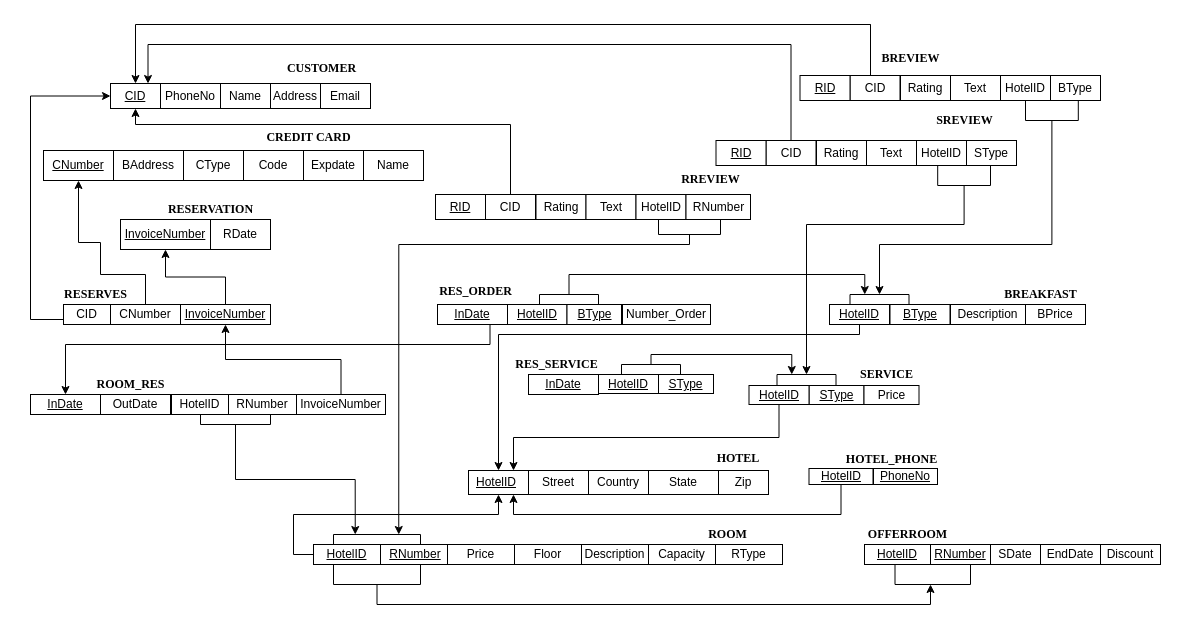
Earlier version of the draw.io diagram ProjectDeliverable2.drawio (susbiswas/njit-dbms-project2). Source tidied: cells renumbered, new cells numbered last; positions are measured from the earlier drawing's top-left corner, leaving out a move shared by most shapes. Both pictures are drawn from the tidied source at 100%, with x=0, y=0 at pixel (30, 24).
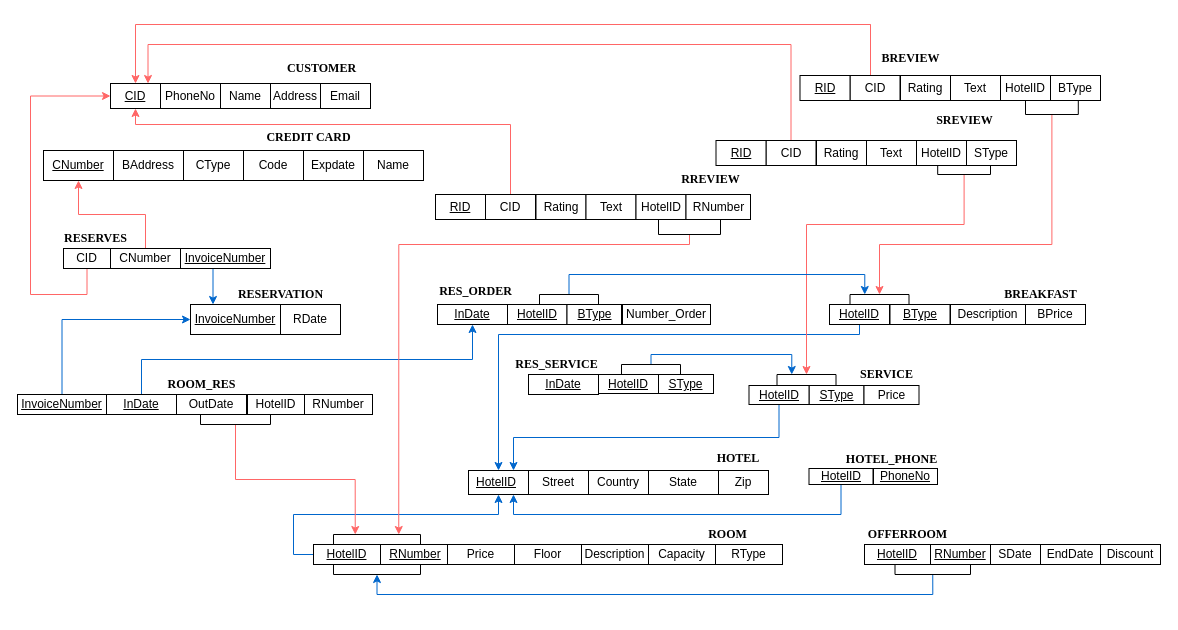
After the change.

The change refers to these unchanged cells:
```xml
<mxCell id="2" style="rounded=0;whiteSpace=wrap;html=1;" parent="1" vertex="1">
  <mxGeometry x="438" y="446" width="60" height="24" as="geometry" />
</mxCell>
<mxCell id="10" value="&lt;u&gt;HotelID&lt;/u&gt;" style="rounded=0;whiteSpace=wrap;html=1;" parent="1" vertex="1">
  <mxGeometry x="283" y="520" width="67" height="20" as="geometry" />
</mxCell>
<mxCell id="19" value="&lt;u&gt;CID&lt;/u&gt;" style="rounded=0;whiteSpace=wrap;html=1;" parent="1" vertex="1">
  <mxGeometry x="80" y="59" width="50" height="25" as="geometry" />
</mxCell>
<mxCell id="24" value="&lt;u&gt;CNumber&lt;/u&gt;" style="rounded=0;whiteSpace=wrap;html=1;" parent="1" vertex="1">
  <mxGeometry x="13" y="126" width="70" height="30" as="geometry" />
</mxCell>
<mxCell id="40" value="&lt;u&gt;HotelID&lt;/u&gt;" style="rounded=0;whiteSpace=wrap;html=1;" parent="1" vertex="1">
  <mxGeometry x="718.5" y="361" width="60" height="19" as="geometry" />
</mxCell>
<mxCell id="43" value="&lt;u&gt;HotelID&lt;/u&gt;" style="rounded=0;whiteSpace=wrap;html=1;" parent="1" vertex="1">
  <mxGeometry x="799" y="280" width="60" height="20" as="geometry" />
</mxCell>
<mxCell id="57" value="CID" style="rounded=0;whiteSpace=wrap;html=1;" parent="1" vertex="1">
  <mxGeometry x="735.5" y="116" width="50" height="25" as="geometry" />
</mxCell>
<mxCell id="67" value="CID" style="rounded=0;whiteSpace=wrap;html=1;" parent="1" vertex="1">
  <mxGeometry x="455" y="170" width="50" height="25" as="geometry" />
</mxCell>
<mxCell id="75" value="&lt;u&gt;HotelID&lt;/u&gt;" style="rounded=0;whiteSpace=wrap;html=1;" parent="1" vertex="1">
  <mxGeometry x="778.5" y="444" width="64" height="16" as="geometry" />
</mxCell>
<mxCell id="92" value="&lt;u&gt;InDate&lt;/u&gt;" style="rounded=0;whiteSpace=wrap;html=1;" parent="1" vertex="1">
  <mxGeometry x="407" y="280" width="70" height="20" as="geometry" />
</mxCell>
<mxCell id="108" style="shape=partialRectangle;whiteSpace=wrap;html=1;bottom=1;right=1;left=1;top=0;fillColor=none;routingCenterX=-0.5;direction=west;" parent="1" vertex="1">
  <mxGeometry x="303" y="510" width="87" height="10" as="geometry" />
</mxCell>
<mxCell id="110" style="shape=partialRectangle;whiteSpace=wrap;html=1;bottom=1;right=1;left=1;top=0;fillColor=none;routingCenterX=-0.5;" parent="1" vertex="1">
  <mxGeometry x="170" y="390" width="70" height="10" as="geometry" />
</mxCell>
<mxCell id="112" style="shape=partialRectangle;whiteSpace=wrap;html=1;bottom=1;right=1;left=1;top=0;fillColor=none;routingCenterX=-0.5;" parent="1" vertex="1">
  <mxGeometry x="628" y="195" width="62" height="15" as="geometry" />
</mxCell>
<mxCell id="115" style="shape=partialRectangle;whiteSpace=wrap;html=1;bottom=1;right=1;left=1;top=0;fillColor=none;routingCenterX=-0.5;direction=west;" parent="1" vertex="1">
  <mxGeometry x="746.5" y="350" width="59" height="10" as="geometry" />
</mxCell>
<mxCell id="118" style="shape=partialRectangle;whiteSpace=wrap;html=1;bottom=1;right=1;left=1;top=0;fillColor=none;routingCenterX=-0.5;direction=west;" parent="1" vertex="1">
  <mxGeometry x="819.5" y="270" width="59" height="10" as="geometry" />
</mxCell>
```

The edit, as a diff of the source:
```diff
@@
-    <mxCell id="9" style="edgeStyle=orthogonalEdgeStyle;rounded=0;jettySize=auto;html=1;exitX=0;exitY=0.5;exitDx=0;exitDy=0;entryX=0.5;entryY=1;entryDx=0;entryDy=0;" parent="1" edge="1" source="10" target="2">
+    <mxCell id="9" style="edgeStyle=orthogonalEdgeStyle;rounded=0;jettySize=auto;html=1;exitX=0;exitY=0.5;exitDx=0;exitDy=0;entryX=0.5;entryY=1;entryDx=0;entryDy=0;strokeColor=#0066CC;" parent="1" edge="1" source="10" target="2">
       <mxGeometry relative="1" as="geometry">
         <Array as="points">
           <mxPoint x="263" y="530" />
           <mxPoint x="263" y="490" />
           <mxPoint x="468" y="490" />
         </Array>
       </mxGeometry>
     </mxCell>
@@
-    <mxCell id="30" value="&lt;u&gt;InvoiceNumber&lt;/u&gt;" style="rounded=0;whiteSpace=wrap;html=1;" parent="1" vertex="1">
-      <mxGeometry x="90" y="195" width="90" height="30" as="geometry" />
-    </mxCell>
-    <mxCell id="31" value="RDate" style="rounded=0;whiteSpace=wrap;html=1;" parent="1" vertex="1">
-      <mxGeometry x="180" y="195" width="60" height="30" as="geometry" />
-    </mxCell>
@@
-    <mxCell id="34" value="&lt;font face=&quot;Times New Roman&quot;&gt;&lt;b&gt;RESERVATION&lt;/b&gt;&lt;/font&gt;" style="text;html=1;align=center;verticalAlign=middle;" parent="1" vertex="1">
-      <mxGeometry x="130" y="175" width="100" height="20" as="geometry" />
-    </mxCell>
+    <mxCell id="123" style="edgeStyle=orthogonalEdgeStyle;rounded=0;jettySize=auto;html=1;exitX=0.5;exitY=0;exitDx=0;exitDy=0;entryX=0.5;entryY=1;entryDx=0;entryDy=0;strokeColor=#0066CC;" parent="1" edge="1" source="35" target="92">
+      <mxGeometry relative="1" as="geometry" />
+    </mxCell>
     <mxCell id="35" value="&lt;u&gt;InDate&lt;/u&gt;" style="rounded=0;whiteSpace=wrap;html=1;" parent="1" vertex="1">
-      <mxGeometry y="370" width="70" height="20" as="geometry" />
+      <mxGeometry x="76" y="370" width="70" height="20" as="geometry" />
     </mxCell>
     <mxCell id="36" value="OutDate" style="rounded=0;whiteSpace=wrap;html=1;" parent="1" vertex="1">
-      <mxGeometry x="70" y="370" width="70" height="20" as="geometry" />
+      <mxGeometry x="146" y="370" width="70" height="20" as="geometry" />
     </mxCell>
     <mxCell id="37" value="&lt;font face=&quot;Times New Roman&quot;&gt;&lt;b&gt;ROOM_RES&lt;/b&gt;&lt;/font&gt;" style="text;html=1;align=center;verticalAlign=middle;" parent="1" vertex="1">
-      <mxGeometry x="60" y="350" width="80" height="20" as="geometry" />
+      <mxGeometry x="131" y="350" width="80" height="20" as="geometry" />
     </mxCell>
@@
-    <mxCell id="39" style="edgeStyle=orthogonalEdgeStyle;rounded=0;jettySize=auto;html=1;exitX=0.5;exitY=1;exitDx=0;exitDy=0;entryX=0.75;entryY=0;entryDx=0;entryDy=0;" parent="1" edge="1" source="40" target="2">
+    <mxCell id="39" style="edgeStyle=orthogonalEdgeStyle;rounded=0;jettySize=auto;html=1;exitX=0.5;exitY=1;exitDx=0;exitDy=0;entryX=0.75;entryY=0;entryDx=0;entryDy=0;strokeColor=#0066CC;" parent="1" edge="1" source="40" target="2">
       <mxGeometry relative="1" as="geometry" />
     </mxCell>
@@
-    <mxCell id="42" style="edgeStyle=orthogonalEdgeStyle;rounded=0;jettySize=auto;html=1;exitX=0.5;exitY=1;exitDx=0;exitDy=0;entryX=0.5;entryY=0;entryDx=0;entryDy=0;" parent="1" edge="1" source="43" target="2">
+    <mxCell id="42" style="edgeStyle=orthogonalEdgeStyle;rounded=0;jettySize=auto;html=1;exitX=0.5;exitY=1;exitDx=0;exitDy=0;entryX=0.5;entryY=0;entryDx=0;entryDy=0;strokeColor=#0066CC;" parent="1" edge="1" source="43" target="2">
       <mxGeometry relative="1" as="geometry">
         <Array as="points">
           <mxPoint x="829" y="310" />
           <mxPoint x="468" y="310" />
         </Array>
       </mxGeometry>
     </mxCell>
@@
-    <mxCell id="49" style="edgeStyle=orthogonalEdgeStyle;rounded=0;jettySize=auto;html=1;entryX=0.5;entryY=0;entryDx=0;entryDy=0;" parent="1" edge="1" target="19">
+    <mxCell id="49" style="edgeStyle=orthogonalEdgeStyle;rounded=0;jettySize=auto;html=1;entryX=0.5;entryY=0;entryDx=0;entryDy=0;strokeColor=#FF6666;" parent="1" edge="1" target="19">
       <mxGeometry relative="1" as="geometry">
         <mxPoint x="840" as="sourcePoint" />
         <Array as="points">
           <mxPoint x="840" y="51" />
           <mxPoint x="840" />
           <mxPoint x="105" />
         </Array>
       </mxGeometry>
     </mxCell>
@@
-    <mxCell id="56" style="edgeStyle=orthogonalEdgeStyle;rounded=0;jettySize=auto;html=1;exitX=0.5;exitY=0;exitDx=0;exitDy=0;entryX=0.75;entryY=0;entryDx=0;entryDy=0;" parent="1" edge="1" source="57" target="19">
+    <mxCell id="56" style="edgeStyle=orthogonalEdgeStyle;rounded=0;jettySize=auto;html=1;exitX=0.5;exitY=0;exitDx=0;exitDy=0;entryX=0.75;entryY=0;entryDx=0;entryDy=0;strokeColor=#FF6666;" parent="1" edge="1" source="57" target="19">
       <mxGeometry relative="1" as="geometry">
         <Array as="points">
           <mxPoint x="761" y="20" />
           <mxPoint x="118" y="20" />
         </Array>
       </mxGeometry>
     </mxCell>
@@
-    <mxCell id="66" style="edgeStyle=orthogonalEdgeStyle;rounded=0;jettySize=auto;html=1;exitX=0.5;exitY=0;exitDx=0;exitDy=0;entryX=0.5;entryY=1;entryDx=0;entryDy=0;" parent="1" edge="1" source="67" target="19">
+    <mxCell id="66" style="edgeStyle=orthogonalEdgeStyle;rounded=0;jettySize=auto;html=1;exitX=0.5;exitY=0;exitDx=0;exitDy=0;entryX=0.5;entryY=1;entryDx=0;entryDy=0;strokeColor=#FF6666;" parent="1" edge="1" source="67" target="19">
       <mxGeometry relative="1" as="geometry">
         <Array as="points">
           <mxPoint x="480" y="100" />
           <mxPoint x="105" y="100" />
         </Array>
       </mxGeometry>
     </mxCell>
@@
-    <mxCell id="74" style="edgeStyle=orthogonalEdgeStyle;rounded=0;jettySize=auto;html=1;exitX=0.5;exitY=1;exitDx=0;exitDy=0;entryX=0.75;entryY=1;entryDx=0;entryDy=0;" parent="1" edge="1" source="75" target="2">
+    <mxCell id="74" style="edgeStyle=orthogonalEdgeStyle;rounded=0;jettySize=auto;html=1;exitX=0.5;exitY=1;exitDx=0;exitDy=0;entryX=0.75;entryY=1;entryDx=0;entryDy=0;strokeColor=#0066CC;" parent="1" edge="1" source="75" target="2">
       <mxGeometry relative="1" as="geometry">
         <Array as="points">
           <mxPoint x="811" y="490" />
           <mxPoint x="483" y="490" />
         </Array>
       </mxGeometry>
     </mxCell>
@@
-    <mxCell id="78" style="edgeStyle=orthogonalEdgeStyle;rounded=0;jettySize=auto;html=1;exitX=0;exitY=0.5;exitDx=0;exitDy=0;entryX=0;entryY=0.5;entryDx=0;entryDy=0;" parent="1" edge="1" source="79" target="19">
+    <mxCell id="78" style="edgeStyle=orthogonalEdgeStyle;rounded=0;jettySize=auto;html=1;exitX=0.5;exitY=1;exitDx=0;exitDy=0;entryX=0;entryY=0.5;entryDx=0;entryDy=0;strokeColor=#FF6666;" parent="1" edge="1" source="79" target="19">
       <mxGeometry relative="1" as="geometry">
         <Array as="points">
-          <mxPoint y="295" />
+          <mxPoint x="57" y="270" />
+          <mxPoint y="270" />
           <mxPoint y="72" />
         </Array>
       </mxGeometry>
     </mxCell>
     <mxCell id="79" value="CID" style="rounded=0;whiteSpace=wrap;html=1;" parent="1" vertex="1">
-      <mxGeometry x="33" y="280" width="47" height="20" as="geometry" />
+      <mxGeometry x="33" y="224" width="47" height="20" as="geometry" />
     </mxCell>
-    <mxCell id="80" style="edgeStyle=orthogonalEdgeStyle;rounded=0;jettySize=auto;html=1;exitX=0.5;exitY=0;exitDx=0;exitDy=0;entryX=0.5;entryY=1;entryDx=0;entryDy=0;" parent="1" edge="1" source="81" target="24">
-      <mxGeometry relative="1" as="geometry">
-        <Array as="points">
-          <mxPoint x="115" y="250" />
-          <mxPoint x="70" y="250" />
-          <mxPoint x="70" y="218" />
-          <mxPoint x="48" y="218" />
-        </Array>
-      </mxGeometry>
+    <mxCell id="80" style="edgeStyle=orthogonalEdgeStyle;rounded=0;jettySize=auto;html=1;exitX=0.5;exitY=0;exitDx=0;exitDy=0;entryX=0.5;entryY=1;entryDx=0;entryDy=0;strokeColor=#FF6666;" parent="1" edge="1" source="81" target="24">
+      <mxGeometry relative="1" as="geometry" />
     </mxCell>
     <mxCell id="81" value="CNumber" style="rounded=0;whiteSpace=wrap;html=1;" parent="1" vertex="1">
-      <mxGeometry x="80" y="280" width="70" height="20" as="geometry" />
+      <mxGeometry x="80" y="224" width="70" height="20" as="geometry" />
     </mxCell>
-    <mxCell id="82" style="edgeStyle=orthogonalEdgeStyle;rounded=0;jettySize=auto;html=1;exitX=0.5;exitY=0;exitDx=0;exitDy=0;entryX=0.5;entryY=1;entryDx=0;entryDy=0;" parent="1" edge="1" source="83" target="30">
-      <mxGeometry relative="1" as="geometry" />
-    </mxCell>
+    <mxCell id="124" style="edgeStyle=orthogonalEdgeStyle;rounded=0;jettySize=auto;html=1;exitX=0.5;exitY=1;exitDx=0;exitDy=0;entryX=0.25;entryY=0;entryDx=0;entryDy=0;strokeColor=#0066CC;" parent="1" edge="1" source="83" target="128">
+      <mxGeometry relative="1" as="geometry" />
+    </mxCell>
     <mxCell id="83" value="&lt;u&gt;InvoiceNumber&lt;/u&gt;" style="rounded=0;whiteSpace=wrap;html=1;" parent="1" vertex="1">
-      <mxGeometry x="150" y="280" width="90" height="20" as="geometry" />
+      <mxGeometry x="150" y="224" width="90" height="20" as="geometry" />
     </mxCell>
     <mxCell id="84" value="&lt;font face=&quot;Times New Roman&quot;&gt;&lt;b&gt;RESERVES&lt;/b&gt;&lt;/font&gt;" style="text;html=1;align=center;verticalAlign=middle;" parent="1" vertex="1">
-      <mxGeometry x="24.5" y="260" width="80" height="20" as="geometry" />
+      <mxGeometry x="24.5" y="204" width="80" height="20" as="geometry" />
     </mxCell>
     <mxCell id="85" value="HotelID" style="rounded=0;whiteSpace=wrap;html=1;" parent="1" vertex="1">
-      <mxGeometry x="141" y="370" width="57" height="20" as="geometry" />
+      <mxGeometry x="217" y="370" width="57" height="20" as="geometry" />
     </mxCell>
     <mxCell id="86" value="RNumber" style="rounded=0;whiteSpace=wrap;html=1;" parent="1" vertex="1">
-      <mxGeometry x="198" y="370" width="68" height="20" as="geometry" />
+      <mxGeometry x="274" y="370" width="68" height="20" as="geometry" />
     </mxCell>
-    <mxCell id="87" style="edgeStyle=orthogonalEdgeStyle;rounded=0;jettySize=auto;html=1;exitX=0.5;exitY=0;exitDx=0;exitDy=0;entryX=0.5;entryY=1;entryDx=0;entryDy=0;" parent="1" edge="1" source="88" target="83">
-      <mxGeometry relative="1" as="geometry" />
-    </mxCell>
-    <mxCell id="88" value="InvoiceNumber" style="rounded=0;whiteSpace=wrap;html=1;" parent="1" vertex="1">
-      <mxGeometry x="266" y="370" width="89" height="20" as="geometry" />
-    </mxCell>
@@
-    <mxCell id="91" style="edgeStyle=orthogonalEdgeStyle;rounded=0;jettySize=auto;html=1;entryX=0.5;entryY=0;entryDx=0;entryDy=0;exitX=0.75;exitY=1;exitDx=0;exitDy=0;" parent="1" edge="1" source="92" target="35">
-      <mxGeometry relative="1" as="geometry">
-        <Array as="points">
-          <mxPoint x="460" y="320" />
-          <mxPoint x="35" y="320" />
-        </Array>
-      </mxGeometry>
-    </mxCell>
@@
-    <mxCell id="104" style="edgeStyle=orthogonalEdgeStyle;rounded=0;jettySize=auto;html=1;exitX=0.5;exitY=1;exitDx=0;exitDy=0;" parent="1" edge="1" source="105" target="106">
-      <mxGeometry relative="1" as="geometry">
-        <Array as="points">
-          <mxPoint x="347" y="580" />
-          <mxPoint x="900" y="580" />
-        </Array>
-      </mxGeometry>
-    </mxCell>
-    <mxCell id="105" style="shape=partialRectangle;whiteSpace=wrap;html=1;bottom=1;right=1;left=1;top=0;fillColor=none;routingCenterX=-0.5;" parent="1" vertex="1">
-      <mxGeometry x="303" y="540" width="87" height="20" as="geometry" />
+    <mxCell id="105" style="shape=partialRectangle;whiteSpace=wrap;html=1;bottom=1;right=1;left=1;top=0;fillColor=none;routingCenterX=-0.5;strokeColor=#000000;" parent="1" vertex="1">
+      <mxGeometry x="303" y="540" width="87" height="10" as="geometry" />
     </mxCell>
+    <mxCell id="125" style="edgeStyle=orthogonalEdgeStyle;rounded=0;jettySize=auto;html=1;exitX=0.5;exitY=1;exitDx=0;exitDy=0;entryX=0.5;entryY=1;entryDx=0;entryDy=0;strokeColor=#0066CC;" parent="1" edge="1" source="106" target="105">
+      <mxGeometry relative="1" as="geometry" />
+    </mxCell>
-    <mxCell id="106" style="shape=partialRectangle;whiteSpace=wrap;html=1;bottom=1;right=1;left=1;top=0;fillColor=none;routingCenterX=-0.5;" parent="1" vertex="1">
-      <mxGeometry x="864.5" y="540" width="75.5" height="20" as="geometry" />
+    <mxCell id="106" style="shape=partialRectangle;whiteSpace=wrap;html=1;bottom=1;right=1;left=1;top=0;fillColor=none;routingCenterX=-0.5;strokeColor=#000000;" parent="1" vertex="1">
+      <mxGeometry x="864.5" y="540" width="75.5" height="10" as="geometry" />
     </mxCell>
@@
-    <mxCell id="109" style="edgeStyle=orthogonalEdgeStyle;rounded=0;jettySize=auto;html=1;exitX=0.5;exitY=1;exitDx=0;exitDy=0;entryX=0.75;entryY=1;entryDx=0;entryDy=0;" parent="1" edge="1" source="110" target="108">
+    <mxCell id="109" style="edgeStyle=orthogonalEdgeStyle;rounded=0;jettySize=auto;html=1;exitX=0.5;exitY=1;exitDx=0;exitDy=0;entryX=0.75;entryY=1;entryDx=0;entryDy=0;strokeColor=#FF6666;" parent="1" edge="1" source="110" target="108">
       <mxGeometry relative="1" as="geometry" />
     </mxCell>
@@
-    <mxCell id="111" style="edgeStyle=orthogonalEdgeStyle;rounded=0;jettySize=auto;html=1;exitX=0.5;exitY=1;exitDx=0;exitDy=0;entryX=0.25;entryY=1;entryDx=0;entryDy=0;" parent="1" edge="1" source="112" target="108">
+    <mxCell id="111" style="edgeStyle=orthogonalEdgeStyle;rounded=0;jettySize=auto;html=1;exitX=0.5;exitY=1;exitDx=0;exitDy=0;entryX=0.25;entryY=1;entryDx=0;entryDy=0;strokeColor=#FF6666;" parent="1" edge="1" source="112" target="108">
       <mxGeometry relative="1" as="geometry">
         <Array as="points">
           <mxPoint x="659" y="220" />
           <mxPoint x="368" y="220" />
         </Array>
       </mxGeometry>
     </mxCell>
@@
-    <mxCell id="113" style="edgeStyle=orthogonalEdgeStyle;rounded=0;jettySize=auto;html=1;exitX=0.5;exitY=1;exitDx=0;exitDy=0;entryX=0.75;entryY=1;entryDx=0;entryDy=0;" parent="1" edge="1" source="114" target="115">
+    <mxCell id="113" style="edgeStyle=orthogonalEdgeStyle;rounded=0;jettySize=auto;html=1;exitX=0.5;exitY=1;exitDx=0;exitDy=0;entryX=0.75;entryY=1;entryDx=0;entryDy=0;strokeColor=#0066CC;" parent="1" edge="1" source="114" target="115">
       <mxGeometry relative="1" as="geometry">
         <Array as="points">
           <mxPoint x="621" y="330" />
           <mxPoint x="761" y="330" />
         </Array>
       </mxGeometry>
     </mxCell>
-    <mxCell id="114" style="shape=partialRectangle;whiteSpace=wrap;html=1;bottom=1;right=1;left=1;top=0;fillColor=none;routingCenterX=-0.5;direction=west;" parent="1" vertex="1">
+    <mxCell id="114" style="shape=partialRectangle;whiteSpace=wrap;html=1;bottom=1;right=1;left=1;top=0;fillColor=none;routingCenterX=-0.5;direction=west;strokeColor=#000000;" parent="1" vertex="1">
       <mxGeometry x="591" y="340" width="59" height="10" as="geometry" />
     </mxCell>
@@
-    <mxCell id="116" style="edgeStyle=orthogonalEdgeStyle;rounded=0;jettySize=auto;html=1;exitX=0.5;exitY=1;exitDx=0;exitDy=0;entryX=0.5;entryY=1;entryDx=0;entryDy=0;" parent="1" edge="1" source="117" target="115">
+    <mxCell id="116" style="edgeStyle=orthogonalEdgeStyle;rounded=0;jettySize=auto;html=1;exitX=0.5;exitY=1;exitDx=0;exitDy=0;entryX=0.5;entryY=1;entryDx=0;entryDy=0;strokeColor=#FF6666;" parent="1" edge="1" source="117" target="115">
       <mxGeometry relative="1" as="geometry">
         <Array as="points">
           <mxPoint x="934" y="200" />
           <mxPoint x="776" y="200" />
         </Array>
       </mxGeometry>
     </mxCell>
     <mxCell id="117" style="shape=partialRectangle;whiteSpace=wrap;html=1;bottom=1;right=1;left=1;top=0;fillColor=none;routingCenterX=-0.5;" parent="1" vertex="1">
-      <mxGeometry x="907.2" y="141" width="52.8" height="20" as="geometry" />
+      <mxGeometry x="907.2" y="141" width="52.8" height="9" as="geometry" />
     </mxCell>
@@
-    <mxCell id="119" style="edgeStyle=orthogonalEdgeStyle;rounded=0;jettySize=auto;html=1;exitX=0.5;exitY=1;exitDx=0;exitDy=0;entryX=0.5;entryY=1;entryDx=0;entryDy=0;" parent="1" edge="1" source="120" target="118">
+    <mxCell id="119" style="edgeStyle=orthogonalEdgeStyle;rounded=0;jettySize=auto;html=1;exitX=0.5;exitY=1;exitDx=0;exitDy=0;entryX=0.5;entryY=1;entryDx=0;entryDy=0;strokeColor=#FF6666;" parent="1" edge="1" source="120" target="118">
       <mxGeometry relative="1" as="geometry">
         <Array as="points">
           <mxPoint x="1021" y="220" />
           <mxPoint x="849" y="220" />
         </Array>
       </mxGeometry>
     </mxCell>
     <mxCell id="120" style="shape=partialRectangle;whiteSpace=wrap;html=1;bottom=1;right=1;left=1;top=0;fillColor=none;routingCenterX=-0.5;" parent="1" vertex="1">
-      <mxGeometry x="995" y="76" width="52.8" height="20" as="geometry" />
+      <mxGeometry x="995" y="76" width="52.8" height="14" as="geometry" />
     </mxCell>
-    <mxCell id="121" style="edgeStyle=orthogonalEdgeStyle;rounded=0;jettySize=auto;html=1;exitX=0.5;exitY=1;exitDx=0;exitDy=0;entryX=0.75;entryY=1;entryDx=0;entryDy=0;" parent="1" edge="1" source="122" target="118">
+    <mxCell id="121" style="edgeStyle=orthogonalEdgeStyle;rounded=0;jettySize=auto;html=1;exitX=0.5;exitY=1;exitDx=0;exitDy=0;entryX=0.75;entryY=1;entryDx=0;entryDy=0;strokeColor=#0066CC;" parent="1" edge="1" source="122" target="118">
       <mxGeometry relative="1" as="geometry" />
     </mxCell>
-    <mxCell id="122" style="shape=partialRectangle;whiteSpace=wrap;html=1;bottom=1;right=1;left=1;top=0;fillColor=none;routingCenterX=-0.5;direction=west;" parent="1" vertex="1">
+    <mxCell id="122" style="shape=partialRectangle;whiteSpace=wrap;html=1;bottom=1;right=1;left=1;top=0;fillColor=none;routingCenterX=-0.5;direction=west;strokeColor=#000000;" parent="1" vertex="1">
       <mxGeometry x="509" y="270" width="59" height="10" as="geometry" />
     </mxCell>
+    <mxCell id="126" style="edgeStyle=orthogonalEdgeStyle;rounded=0;jettySize=auto;html=1;exitX=0.5;exitY=0;exitDx=0;exitDy=0;entryX=0;entryY=0.5;entryDx=0;entryDy=0;strokeColor=#0066CC;" parent="1" edge="1" source="127" target="128">
+      <mxGeometry relative="1" as="geometry" />
+    </mxCell>
+    <mxCell id="127" value="&lt;u&gt;InvoiceNumber&lt;/u&gt;" style="rounded=0;whiteSpace=wrap;html=1;" parent="1" vertex="1">
+      <mxGeometry x="-13" y="370" width="89" height="20" as="geometry" />
+    </mxCell>
+    <mxCell id="128" value="&lt;u&gt;InvoiceNumber&lt;/u&gt;" style="rounded=0;whiteSpace=wrap;html=1;" parent="1" vertex="1">
+      <mxGeometry x="160" y="280" width="90" height="30" as="geometry" />
+    </mxCell>
+    <mxCell id="31" value="RDate" style="rounded=0;whiteSpace=wrap;html=1;" parent="1" vertex="1">
+      <mxGeometry x="250" y="280" width="60" height="30" as="geometry" />
+    </mxCell>
+    <mxCell id="34" value="&lt;font face=&quot;Times New Roman&quot;&gt;&lt;b&gt;RESERVATION&lt;/b&gt;&lt;/font&gt;" style="text;html=1;align=center;verticalAlign=middle;" parent="1" vertex="1">
+      <mxGeometry x="200" y="260" width="100" height="20" as="geometry" />
+    </mxCell>
```
